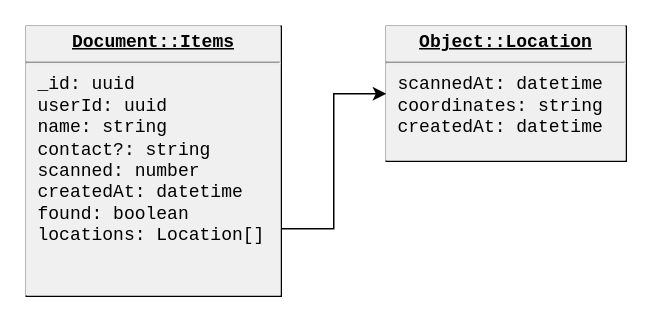
This is docs/mat-do-datamodel.drawio from vanister/mat-do, a draw.io file, before an edit. Source tidied: cells renumbered, new cells numbered last; positions are measured from the earlier drawing's top-left corner, leaving out a move shared by most shapes. Both pictures are drawn from the tidied source at 150%, with x=0, y=0 at pixel (26, 26).
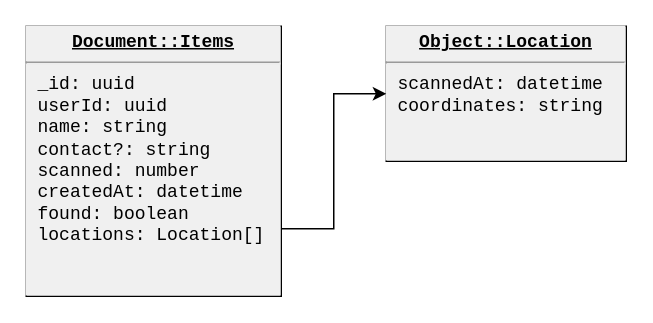
The same diagram, later.

What changed in the source:
```diff
@@
 <mxGraphModel>
   <root>
     <mxCell id="0" />
     <mxCell id="1" parent="0" />
-    <mxCell id="2" value="&lt;p style=&quot;margin: 0px ; margin-top: 4px ; text-align: center ; text-decoration: underline&quot;&gt;&lt;b&gt;Object::Location&lt;/b&gt;&lt;/p&gt;&lt;hr&gt;&lt;p style=&quot;margin: 0px ; margin-left: 8px&quot;&gt;scannedAt: datetime&lt;br&gt;coordinates: string&lt;/p&gt;&lt;p style=&quot;margin: 0px ; margin-left: 8px&quot;&gt;createdAt: datetime&lt;/p&gt;" style="verticalAlign=top;align=left;overflow=fill;fontSize=12;fontFamily=Courier New;html=1;fontColor=#000000;fillColor=default;labelBackgroundColor=#F0F0F0;" parent="1" vertex="1">
+    <mxCell id="2" value="&lt;p style=&quot;margin: 0px ; margin-top: 4px ; text-align: center ; text-decoration: underline&quot;&gt;&lt;b&gt;Object::Location&lt;/b&gt;&lt;/p&gt;&lt;hr&gt;&lt;p style=&quot;margin: 0px ; margin-left: 8px&quot;&gt;scannedAt: datetime&lt;br&gt;coordinates: string&lt;/p&gt;" style="verticalAlign=top;align=left;overflow=fill;fontSize=12;fontFamily=Courier New;html=1;fontColor=#000000;fillColor=default;labelBackgroundColor=#F0F0F0;" parent="1" vertex="1">
       <mxGeometry x="240" width="160" height="90" as="geometry" />
     </mxCell>
     <mxCell id="3" style="edgeStyle=orthogonalEdgeStyle;rounded=0;jettySize=auto;html=1;exitX=1;exitY=0.75;exitDx=0;exitDy=0;fontFamily=Courier New;fontSize=12;fontColor=#000000;" parent="1" edge="1" source="4" target="2">
       <mxGeometry relative="1" as="geometry" />
     </mxCell>
     <mxCell id="4" value="&lt;p style=&quot;margin: 0px ; margin-top: 4px ; text-align: center ; text-decoration: underline&quot;&gt;&lt;b&gt;Document::Items&lt;/b&gt;&lt;/p&gt;&lt;hr&gt;&lt;p style=&quot;margin: 0px ; margin-left: 8px&quot;&gt;_id: uuid&lt;br&gt;&lt;/p&gt;&lt;p style=&quot;margin: 0px ; margin-left: 8px&quot;&gt;userId: uuid&lt;/p&gt;&lt;p style=&quot;margin: 0px ; margin-left: 8px&quot;&gt;name: string&lt;/p&gt;&lt;p style=&quot;margin: 0px ; margin-left: 8px&quot;&gt;contact?: string&lt;/p&gt;&lt;p style=&quot;margin: 0px ; margin-left: 8px&quot;&gt;scanned: number&lt;/p&gt;&lt;p style=&quot;margin: 0px ; margin-left: 8px&quot;&gt;createdAt: datetime&lt;/p&gt;&lt;p style=&quot;margin: 0px ; margin-left: 8px&quot;&gt;found: boolean&lt;/p&gt;&lt;p style=&quot;margin: 0px ; margin-left: 8px&quot;&gt;locations: Location[]&lt;/p&gt;" style="verticalAlign=top;align=left;overflow=fill;fontSize=12;fontFamily=Courier New;html=1;labelBackgroundColor=#F0F0F0;fontColor=#000000;fillColor=default;" parent="1" vertex="1">
       <mxGeometry width="170" height="180" as="geometry" />
     </mxCell>
   </root>
 </mxGraphModel>
```
